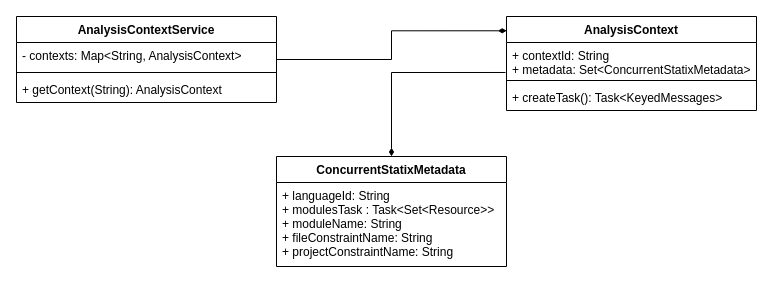
AZWN/Spoofax-pie-diagrams keeps this draw.io diagram as page "AnalysisContext" (7 of 7) of Spoofax3 Diagrams.drawio. Above is the earlier version. Source tidied: cells renumbered, new cells numbered last; positions are measured from the earlier drawing's top-left corner, leaving out a move shared by most shapes. Both pictures are drawn from the tidied source at 100%, with x=0, y=0 at pixel (16, 16).
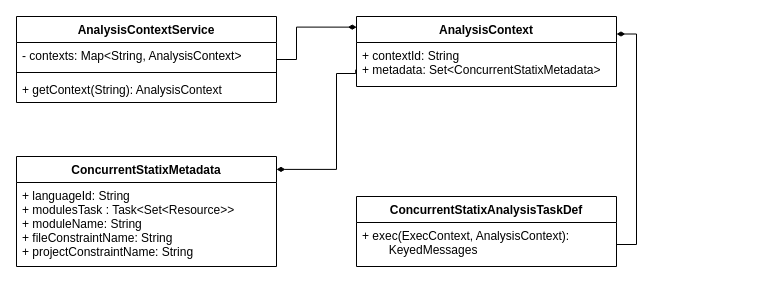
Above is the later version.

Commit message:
Add TaskDef to Analysis Context

The edit, as a diff of the source:
```diff
@@
 <mxGraphModel>
   <root>
     <mxCell id="0" />
     <mxCell id="1" parent="0" />
-    <mxCell id="2" style="edgeStyle=orthogonalEdgeStyle;rounded=0;jettySize=auto;html=1;entryX=0.5;entryY=0;entryDx=0;entryDy=0;exitX=-0.004;exitY=0.882;exitDx=0;exitDy=0;exitPerimeter=0;endArrow=diamondThin;endFill=1;" parent="1" edge="1" source="11" target="3">
-      <mxGeometry relative="1" as="geometry" />
+    <mxCell id="2" style="rounded=0;orthogonalLoop=1;jettySize=auto;html=1;entryX=1;entryY=0.145;entryDx=0;entryDy=0;endArrow=diamondThin;endFill=1;entryPerimeter=0;edgeStyle=orthogonalEdgeStyle;exitX=-0.003;exitY=0.686;exitDx=0;exitDy=0;exitPerimeter=0;" parent="1" edge="1">
+      <mxGeometry relative="1" as="geometry">
+        <mxPoint x="339.2" y="53.2" as="sourcePoint" />
+        <mxPoint x="260" y="152.9" as="targetPoint" />
+        <Array as="points">
+          <mxPoint x="339" y="57" />
+          <mxPoint x="320" y="57" />
+          <mxPoint x="320" y="153" />
+        </Array>
+      </mxGeometry>
     </mxCell>
-    <mxCell id="3" value="ConcurrentStatixMetadata" style="swimlane;fontStyle=1;horizontal=1;startSize=26;fillColor=none;" parent="1" vertex="1">
-      <mxGeometry x="260" y="140" width="230" height="110" as="geometry" />
-    </mxCell>
-    <mxCell id="4" value="+ languageId: String&#10;+ modulesTask : Task&lt;Set&lt;Resource&gt;&gt;&#10;+ moduleName: String&#10;+ fileConstraintName: String&#10;+ projectConstraintName: String" style="text;strokeColor=none;fillColor=none;align=left;verticalAlign=top;spacingLeft=4;spacingRight=4;overflow=hidden;" parent="3" vertex="1">
-      <mxGeometry y="26" width="230" height="84" as="geometry" />
-    </mxCell>
-    <mxCell id="5" style="edgeStyle=orthogonalEdgeStyle;rounded=0;jettySize=auto;html=1;exitX=1;exitY=0.5;exitDx=0;exitDy=0;endArrow=diamondThin;endFill=1;entryX=0.001;entryY=0.152;entryDx=0;entryDy=0;entryPerimeter=0;" parent="1" edge="1" source="6" target="10">
-      <mxGeometry relative="1" as="geometry" />
+    <mxCell id="5" style="rounded=0;jettySize=auto;html=1;exitX=1;exitY=0.5;exitDx=0;exitDy=0;endArrow=diamondThin;endFill=1;entryX=0.001;entryY=0.152;entryDx=0;entryDy=0;entryPerimeter=0;edgeStyle=orthogonalEdgeStyle;" parent="1" edge="1" source="6" target="10">
+      <mxGeometry relative="1" as="geometry">
+        <Array as="points">
+          <mxPoint x="280" y="43" />
+          <mxPoint x="280" y="11" />
+        </Array>
+      </mxGeometry>
     </mxCell>
     <mxCell id="6" value="AnalysisContextService" style="swimlane;fontStyle=1;align=center;verticalAlign=top;horizontal=1;startSize=26;" parent="1" vertex="1">
       <mxGeometry width="260" height="86" as="geometry" />
     </mxCell>
     <mxCell id="7" value="- contexts: Map&lt;String, AnalysisContext&gt;" style="text;strokeColor=none;fillColor=none;align=left;verticalAlign=top;spacingLeft=4;spacingRight=4;overflow=hidden;" parent="6" vertex="1">
       <mxGeometry y="26" width="260" height="26" as="geometry" />
     </mxCell>
     <mxCell id="8" style="line;strokeWidth=1;fillColor=none;align=left;verticalAlign=middle;spacingTop=-1;spacingLeft=3;spacingRight=3;labelPosition=right;" parent="6" vertex="1">
       <mxGeometry y="52" width="260" height="8" as="geometry" />
     </mxCell>
     <mxCell id="9" value="+ getContext(String): AnalysisContext" style="text;strokeColor=none;fillColor=none;align=left;verticalAlign=top;spacingLeft=4;spacingRight=4;overflow=hidden;" parent="6" vertex="1">
       <mxGeometry y="60" width="260" height="26" as="geometry" />
     </mxCell>
+    <mxCell id="3" value="ConcurrentStatixMetadata" style="swimlane;fontStyle=1;horizontal=1;startSize=26;fillColor=none;" parent="1" vertex="1">
+      <mxGeometry y="140" width="260" height="110" as="geometry" />
+    </mxCell>
+    <mxCell id="4" value="+ languageId: String&#10;+ modulesTask : Task&lt;Set&lt;Resource&gt;&gt;&#10;+ moduleName: String&#10;+ fileConstraintName: String&#10;+ projectConstraintName: String" style="text;strokeColor=none;fillColor=none;align=left;verticalAlign=top;spacingLeft=4;spacingRight=4;overflow=hidden;" parent="3" vertex="1">
+      <mxGeometry y="26" width="260" height="84" as="geometry" />
+    </mxCell>
     <mxCell id="10" value="AnalysisContext" style="swimlane;fontStyle=1;align=center;verticalAlign=top;horizontal=1;startSize=26;" parent="1" vertex="1">
-      <mxGeometry x="490" width="250" height="94" as="geometry" />
+      <mxGeometry x="340" width="260" height="70" as="geometry" />
     </mxCell>
     <mxCell id="11" value="+ contextId: String&#10;+ metadata: Set&lt;ConcurrentStatixMetadata&gt;" style="text;strokeColor=none;fillColor=none;align=left;verticalAlign=top;spacingLeft=4;spacingRight=4;overflow=hidden;points=[[0,0.5],[1,0.5]];portConstraint=eastwest;" parent="10" vertex="1">
-      <mxGeometry y="26" width="250" height="34" as="geometry" />
+      <mxGeometry y="26" width="260" height="44" as="geometry" />
     </mxCell>
-    <mxCell id="12" style="line;strokeWidth=1;fillColor=none;align=left;verticalAlign=middle;spacingTop=-1;spacingLeft=3;spacingRight=3;labelPosition=right;" parent="10" vertex="1">
-      <mxGeometry y="60" width="250" height="8" as="geometry" />
-    </mxCell>
-    <mxCell id="13" value="+ createTask(): Task&lt;KeyedMessages&gt;" style="text;strokeColor=none;fillColor=none;align=left;verticalAlign=top;spacingLeft=4;spacingRight=4;overflow=hidden;" parent="10" vertex="1">
-      <mxGeometry y="68" width="250" height="26" as="geometry" />
-    </mxCell>
+    <mxCell id="14" value="ConcurrentStatixAnalysisTaskDef" style="swimlane;fontStyle=1;horizontal=1;startSize=26;fillColor=none;" parent="1" vertex="1">
+      <mxGeometry x="340" y="180" width="260" height="70" as="geometry" />
+    </mxCell>
+    <mxCell id="15" value="+ exec(ExecContext, AnalysisContext):&#10;        KeyedMessages" style="text;strokeColor=none;fillColor=none;align=left;verticalAlign=top;spacingLeft=4;spacingRight=4;overflow=hidden;points=[[0,0.5],[1,0.5]];portConstraint=eastwest;" parent="14" vertex="1">
+      <mxGeometry y="26" width="260" height="44" as="geometry" />
+    </mxCell>
+    <mxCell id="16" style="edgeStyle=orthogonalEdgeStyle;rounded=0;jettySize=auto;html=1;exitX=1;exitY=0.5;exitDx=0;exitDy=0;entryX=1;entryY=0.25;entryDx=0;entryDy=0;endArrow=diamondThin;endFill=1;" parent="1" edge="1" source="15" target="10">
+      <mxGeometry relative="1" as="geometry" />
+    </mxCell>
   </root>
 </mxGraphModel>
```
